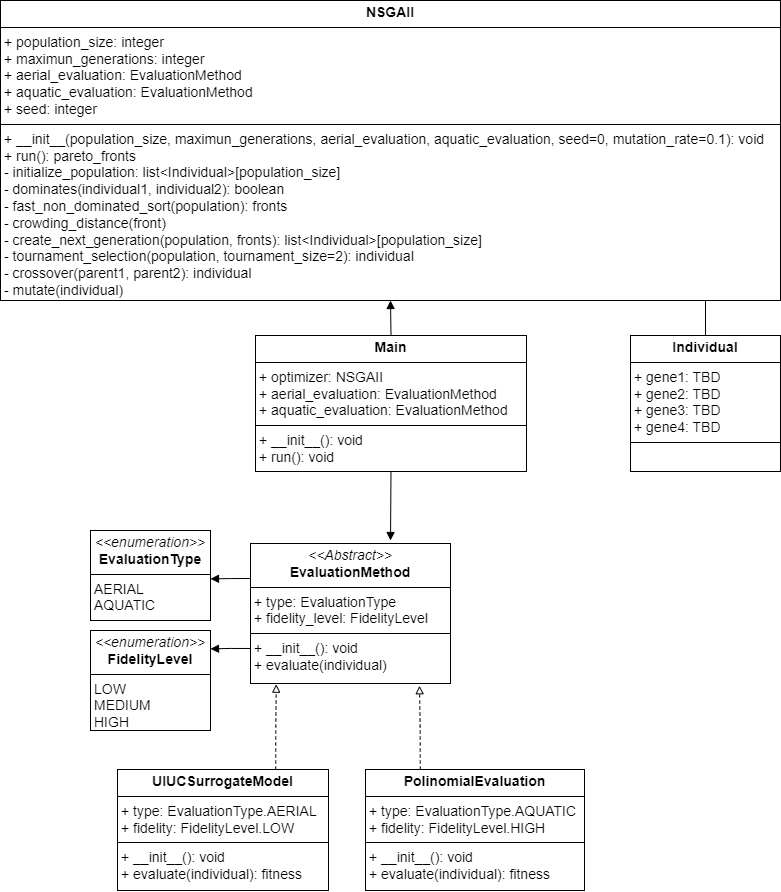
This is docs/diagrams/Class Diagram.png from JoeVogel/hydrone-multi-objective-optimization, a draw.io export, as it was before one commit. Source tidied: cells renumbered, new cells last; positions are measured from the earlier drawing's top-left corner, leaving out a move shared by most shapes.
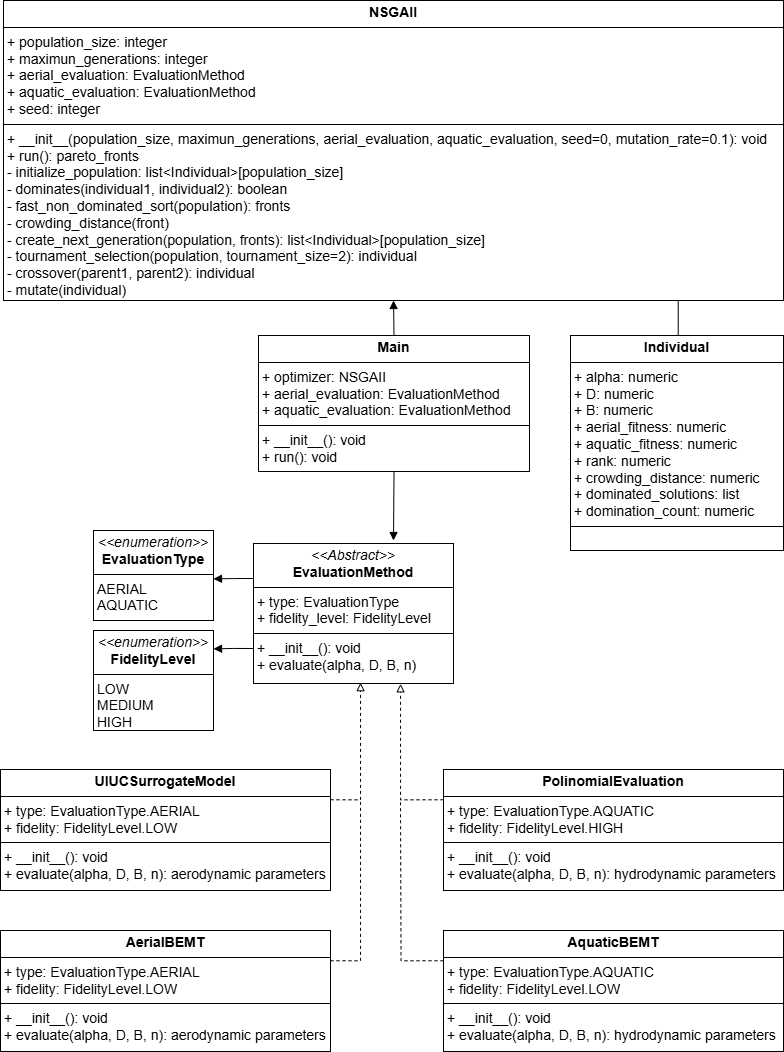
After the change.

Commit message:
Atualização do diagrama de classes

Diff of the diagram source:
```diff
@@ -12,7 +12,7 @@
         <mxPoint x="210" y="648.4" as="targetPoint" />
       </mxGeometry>
     </mxCell>
-    <mxCell id="4" value="&lt;p style=&quot;margin:0px;margin-top:4px;text-align:center;&quot;&gt;&lt;font style=&quot;font-size: 14px;&quot;&gt;&lt;i style=&quot;&quot;&gt;&amp;lt;&amp;lt;Abstract&amp;gt;&amp;gt;&lt;/i&gt;&lt;br&gt;&lt;b style=&quot;&quot;&gt;EvaluationMethod&lt;/b&gt;&lt;/font&gt;&lt;/p&gt;&lt;hr size=&quot;1&quot; style=&quot;border-style:solid;&quot;&gt;&lt;p style=&quot;margin:0px;margin-left:4px;&quot;&gt;&lt;font style=&quot;font-size: 14px;&quot;&gt;+ type: EvaluationType&lt;br&gt;+ fidelity_level: FidelityLevel&lt;/font&gt;&lt;/p&gt;&lt;hr size=&quot;1&quot; style=&quot;border-style:solid;&quot;&gt;&lt;p style=&quot;margin:0px;margin-left:4px;&quot;&gt;&lt;font style=&quot;font-size: 14px;&quot;&gt;+ __init__(): void&lt;br&gt;+ evaluate(individual)&lt;/font&gt;&lt;/p&gt;" style="verticalAlign=top;align=left;overflow=fill;html=1;whiteSpace=wrap;" parent="1" vertex="1">
+    <mxCell id="4" value="&lt;p style=&quot;margin:0px;margin-top:4px;text-align:center;&quot;&gt;&lt;font style=&quot;font-size: 14px;&quot;&gt;&lt;i style=&quot;&quot;&gt;&amp;lt;&amp;lt;Abstract&amp;gt;&amp;gt;&lt;/i&gt;&lt;br&gt;&lt;b style=&quot;&quot;&gt;EvaluationMethod&lt;/b&gt;&lt;/font&gt;&lt;/p&gt;&lt;hr size=&quot;1&quot; style=&quot;border-style:solid;&quot;&gt;&lt;p style=&quot;margin:0px;margin-left:4px;&quot;&gt;&lt;font style=&quot;font-size: 14px;&quot;&gt;+ type: EvaluationType&lt;br&gt;+ fidelity_level: FidelityLevel&lt;/font&gt;&lt;/p&gt;&lt;hr size=&quot;1&quot; style=&quot;border-style:solid;&quot;&gt;&lt;p style=&quot;margin:0px;margin-left:4px;&quot;&gt;&lt;font style=&quot;font-size: 14px;&quot;&gt;+ __init__(): void&lt;br&gt;+ evaluate(alpha, D, B, n)&lt;/font&gt;&lt;/p&gt;" style="verticalAlign=top;align=left;overflow=fill;html=1;whiteSpace=wrap;" parent="1" vertex="1">
       <mxGeometry x="250" y="543" width="200" height="140" as="geometry" />
     </mxCell>
     <mxCell id="5" value="&lt;p style=&quot;margin:0px;margin-top:4px;text-align:center;&quot;&gt;&lt;font style=&quot;font-size: 14px;&quot;&gt;&lt;i style=&quot;&quot;&gt;&amp;lt;&amp;lt;enumeration&amp;gt;&amp;gt;&lt;/i&gt;&lt;br&gt;&lt;span style=&quot;text-align: left;&quot;&gt;&lt;b&gt;EvaluationType&lt;/b&gt;&lt;/span&gt;&lt;br&gt;&lt;/font&gt;&lt;/p&gt;&lt;hr size=&quot;1&quot; style=&quot;border-style:solid;&quot;&gt;&lt;p style=&quot;margin:0px;margin-left:4px;&quot;&gt;&lt;font style=&quot;font-size: 14px;&quot;&gt;AERIAL&lt;br&gt;AQUATIC&lt;/font&gt;&lt;/p&gt;&lt;p style=&quot;margin:0px;margin-left:4px;&quot;&gt;&lt;br&gt;&lt;/p&gt;" style="verticalAlign=top;align=left;overflow=fill;html=1;whiteSpace=wrap;" parent="1" vertex="1">
@@ -21,17 +21,27 @@
     <mxCell id="6" value="&lt;p style=&quot;margin:0px;margin-top:4px;text-align:center;&quot;&gt;&lt;font style=&quot;font-size: 14px;&quot;&gt;&lt;i style=&quot;&quot;&gt;&amp;lt;&amp;lt;enumeration&amp;gt;&amp;gt;&lt;/i&gt;&lt;br&gt;&lt;span style=&quot;text-align: left;&quot;&gt;&lt;b&gt;FidelityLevel&lt;/b&gt;&lt;/span&gt;&lt;br&gt;&lt;/font&gt;&lt;/p&gt;&lt;hr size=&quot;1&quot; style=&quot;border-style:solid;&quot;&gt;&lt;p style=&quot;margin:0px;margin-left:4px;&quot;&gt;&lt;font style=&quot;font-size: 14px;&quot;&gt;LOW&lt;br&gt;MEDIUM&lt;/font&gt;&lt;/p&gt;&lt;p style=&quot;margin:0px;margin-left:4px;&quot;&gt;&lt;font style=&quot;font-size: 14px;&quot;&gt;HIGH&lt;/font&gt;&lt;/p&gt;&lt;p style=&quot;margin:0px;margin-left:4px;&quot;&gt;&lt;br&gt;&lt;/p&gt;" style="verticalAlign=top;align=left;overflow=fill;html=1;whiteSpace=wrap;" parent="1" vertex="1">
       <mxGeometry x="90" y="630" width="120" height="100" as="geometry" />
     </mxCell>
-    <mxCell id="7" value="&lt;p style=&quot;margin:0px;margin-top:4px;text-align:center;&quot;&gt;&lt;b&gt;&lt;font style=&quot;font-size: 14px;&quot;&gt;UIUCSurrogateModel&lt;/font&gt;&lt;/b&gt;&lt;/p&gt;&lt;hr size=&quot;1&quot; style=&quot;border-style:solid;&quot;&gt;&lt;p style=&quot;margin:0px;margin-left:4px;&quot;&gt;&lt;font style=&quot;font-size: 14px;&quot;&gt;+ type: EvaluationType.AERIAL&lt;/font&gt;&lt;/p&gt;&lt;p style=&quot;margin:0px;margin-left:4px;&quot;&gt;&lt;font style=&quot;font-size: 14px;&quot;&gt;+ fidelity: FidelityLevel.LOW&lt;/font&gt;&lt;/p&gt;&lt;hr size=&quot;1&quot; style=&quot;border-style:solid;&quot;&gt;&lt;p style=&quot;margin:0px;margin-left:4px;&quot;&gt;&lt;font style=&quot;font-size: 14px;&quot;&gt;+ __init__(): void&lt;/font&gt;&lt;/p&gt;&lt;p style=&quot;margin:0px;margin-left:4px;&quot;&gt;&lt;font style=&quot;font-size: 14px;&quot;&gt;+ evaluate(individual): fitness&lt;/font&gt;&lt;/p&gt;" style="verticalAlign=top;align=left;overflow=fill;html=1;whiteSpace=wrap;" parent="1" vertex="1">
-      <mxGeometry x="117" y="769" width="211" height="121" as="geometry" />
+    <mxCell id="7" value="&lt;p style=&quot;margin:0px;margin-top:4px;text-align:center;&quot;&gt;&lt;b&gt;&lt;font style=&quot;font-size: 14px;&quot;&gt;UIUCSurrogateModel&lt;/font&gt;&lt;/b&gt;&lt;/p&gt;&lt;hr size=&quot;1&quot; style=&quot;border-style:solid;&quot;&gt;&lt;p style=&quot;margin:0px;margin-left:4px;&quot;&gt;&lt;font style=&quot;font-size: 14px;&quot;&gt;+ type: EvaluationType.AERIAL&lt;/font&gt;&lt;/p&gt;&lt;p style=&quot;margin:0px;margin-left:4px;&quot;&gt;&lt;font style=&quot;font-size: 14px;&quot;&gt;+ fidelity: FidelityLevel.LOW&lt;/font&gt;&lt;/p&gt;&lt;hr size=&quot;1&quot; style=&quot;border-style:solid;&quot;&gt;&lt;p style=&quot;margin:0px;margin-left:4px;&quot;&gt;&lt;font style=&quot;font-size: 14px;&quot;&gt;+ __init__(): void&lt;/font&gt;&lt;/p&gt;&lt;p style=&quot;margin:0px;margin-left:4px;&quot;&gt;&lt;font style=&quot;font-size: 14px;&quot;&gt;+ evaluate(alpha, D, B, n): aerodynamic parameters&lt;/font&gt;&lt;/p&gt;" style="verticalAlign=top;align=left;overflow=fill;html=1;whiteSpace=wrap;" parent="1" vertex="1">
+      <mxGeometry x="-3" y="769" width="330" height="121" as="geometry" />
     </mxCell>
-    <mxCell id="8" value="&lt;p style=&quot;margin:0px;margin-top:4px;text-align:center;&quot;&gt;&lt;b&gt;&lt;font style=&quot;font-size: 14px;&quot;&gt;PolinomialEvaluation&lt;/font&gt;&lt;/b&gt;&lt;/p&gt;&lt;hr size=&quot;1&quot; style=&quot;border-style:solid;&quot;&gt;&lt;p style=&quot;margin:0px;margin-left:4px;&quot;&gt;&lt;font style=&quot;font-size: 14px;&quot;&gt;+ type: EvaluationType.AQUATIC&lt;/font&gt;&lt;/p&gt;&lt;p style=&quot;margin:0px;margin-left:4px;&quot;&gt;&lt;font style=&quot;font-size: 14px;&quot;&gt;+ fidelity: FidelityLevel.HIGH&lt;/font&gt;&lt;/p&gt;&lt;hr size=&quot;1&quot; style=&quot;border-style:solid;&quot;&gt;&lt;p style=&quot;margin:0px;margin-left:4px;&quot;&gt;&lt;font style=&quot;font-size: 14px;&quot;&gt;+ __init__(): void&lt;/font&gt;&lt;/p&gt;&lt;p style=&quot;margin:0px;margin-left:4px;&quot;&gt;&lt;font style=&quot;font-size: 14px;&quot;&gt;+ evaluate(individual): fitness&lt;/font&gt;&lt;/p&gt;" style="verticalAlign=top;align=left;overflow=fill;html=1;whiteSpace=wrap;" parent="1" vertex="1">
-      <mxGeometry x="365" y="769" width="219" height="121" as="geometry" />
+    <mxCell id="8" value="&lt;p style=&quot;margin:0px;margin-top:4px;text-align:center;&quot;&gt;&lt;b&gt;&lt;font style=&quot;font-size: 14px;&quot;&gt;PolinomialEvaluation&lt;/font&gt;&lt;/b&gt;&lt;/p&gt;&lt;hr size=&quot;1&quot; style=&quot;border-style:solid;&quot;&gt;&lt;p style=&quot;margin:0px;margin-left:4px;&quot;&gt;&lt;font style=&quot;font-size: 14px;&quot;&gt;+ type: EvaluationType.AQUATIC&lt;/font&gt;&lt;/p&gt;&lt;p style=&quot;margin:0px;margin-left:4px;&quot;&gt;&lt;font style=&quot;font-size: 14px;&quot;&gt;+ fidelity: FidelityLevel.HIGH&lt;/font&gt;&lt;/p&gt;&lt;hr size=&quot;1&quot; style=&quot;border-style:solid;&quot;&gt;&lt;p style=&quot;margin:0px;margin-left:4px;&quot;&gt;&lt;font style=&quot;font-size: 14px;&quot;&gt;+ __init__(): void&lt;/font&gt;&lt;/p&gt;&lt;p style=&quot;margin:0px;margin-left:4px;&quot;&gt;&lt;font style=&quot;font-size: 14px;&quot;&gt;+ evaluate(alpha, D, B, n): hydrodynamic parameters&lt;/font&gt;&lt;/p&gt;" style="verticalAlign=top;align=left;overflow=fill;html=1;whiteSpace=wrap;" parent="1" vertex="1">
+      <mxGeometry x="440" y="769" width="340" height="121" as="geometry" />
     </mxCell>
-    <mxCell id="9" style="edgeStyle=orthogonalEdgeStyle;rounded=0;jettySize=auto;html=1;exitX=0.75;exitY=0;exitDx=0;exitDy=0;entryX=0.129;entryY=1.005;entryDx=0;entryDy=0;entryPerimeter=0;dashed=1;endArrow=block;endFill=0;" parent="1" edge="1" source="7" target="4">
-      <mxGeometry relative="1" as="geometry" />
+    <mxCell id="9" style="edgeStyle=orthogonalEdgeStyle;rounded=0;jettySize=auto;html=1;entryX=0.532;entryY=0.994;entryDx=0;entryDy=0;dashed=1;endArrow=block;endFill=0;exitX=1;exitY=0.25;exitDx=0;exitDy=0;entryPerimeter=0;" parent="1" edge="1" source="7" target="4">
+      <mxGeometry relative="1" as="geometry">
+        <Array as="points">
+          <mxPoint x="357" y="799" />
+          <mxPoint x="357" y="682" />
+        </Array>
+      </mxGeometry>
     </mxCell>
-    <mxCell id="10" style="edgeStyle=orthogonalEdgeStyle;rounded=0;jettySize=auto;html=1;exitX=0.25;exitY=0;exitDx=0;exitDy=0;entryX=0.845;entryY=1.016;entryDx=0;entryDy=0;entryPerimeter=0;dashed=1;endArrow=block;endFill=0;" parent="1" edge="1" source="8" target="4">
-      <mxGeometry relative="1" as="geometry" />
+    <mxCell id="10" style="edgeStyle=orthogonalEdgeStyle;rounded=0;jettySize=auto;html=1;exitX=0;exitY=0.25;exitDx=0;exitDy=0;entryX=0.739;entryY=1.003;entryDx=0;entryDy=0;dashed=1;endArrow=block;endFill=0;entryPerimeter=0;" parent="1" edge="1" source="8" target="4">
+      <mxGeometry relative="1" as="geometry">
+        <Array as="points">
+          <mxPoint x="397" y="799" />
+          <mxPoint x="397" y="683" />
+        </Array>
+      </mxGeometry>
     </mxCell>
     <mxCell id="11" style="edgeStyle=orthogonalEdgeStyle;rounded=0;jettySize=auto;html=1;exitX=0.5;exitY=0;exitDx=0;exitDy=0;entryX=0.5;entryY=1;entryDx=0;entryDy=0;endArrow=block;endFill=1;" parent="1" edge="1" source="12" target="13">
       <mxGeometry relative="1" as="geometry" />
@@ -42,18 +52,36 @@
     <mxCell id="13" value="&lt;p style=&quot;margin:0px;margin-top:4px;text-align:center;&quot;&gt;&lt;b&gt;&lt;font style=&quot;font-size: 14px;&quot;&gt;NSGAII&lt;/font&gt;&lt;/b&gt;&lt;/p&gt;&lt;hr size=&quot;1&quot; style=&quot;border-style:solid;&quot;&gt;&lt;p style=&quot;margin:0px;margin-left:4px;&quot;&gt;&lt;font style=&quot;font-size: 14px;&quot;&gt;+ population_size: integer&lt;/font&gt;&lt;/p&gt;&lt;p style=&quot;margin:0px;margin-left:4px;&quot;&gt;&lt;font style=&quot;font-size: 14px;&quot;&gt;+&amp;nbsp;&lt;span style=&quot;background-color: transparent; color: light-dark(rgb(0, 0, 0), rgb(255, 255, 255));&quot;&gt;maximun_generations: integer&lt;/span&gt;&lt;/font&gt;&lt;/p&gt;&lt;p style=&quot;margin:0px;margin-left:4px;&quot;&gt;&lt;font style=&quot;font-size: 14px;&quot;&gt;+ aerial_evaluation: EvaluationMethod&lt;/font&gt;&lt;/p&gt;&lt;p style=&quot;margin:0px;margin-left:4px;&quot;&gt;&lt;font style=&quot;font-size: 14px;&quot;&gt;+ aquatic_evaluation: EvaluationMethod&lt;/font&gt;&lt;/p&gt;&lt;p style=&quot;margin:0px;margin-left:4px;&quot;&gt;&lt;font style=&quot;font-size: 14px;&quot;&gt;+ seed: integer&lt;/font&gt;&lt;/p&gt;&lt;hr size=&quot;1&quot; style=&quot;border-style:solid;&quot;&gt;&lt;p style=&quot;margin:0px;margin-left:4px;&quot;&gt;&lt;font style=&quot;font-size: 14px;&quot;&gt;+ __init__(population_size,&amp;nbsp;&lt;span style=&quot;background-color: transparent; color: light-dark(rgb(0, 0, 0), rgb(255, 255, 255));&quot;&gt;maximun_generations,&amp;nbsp;&lt;/span&gt;&lt;span style=&quot;background-color: transparent; color: light-dark(rgb(0, 0, 0), rgb(255, 255, 255));&quot;&gt;aerial_evaluation,&amp;nbsp;&lt;/span&gt;&lt;span style=&quot;background-color: transparent; color: light-dark(rgb(0, 0, 0), rgb(255, 255, 255));&quot;&gt;aquatic_evaluation, seed=0,&amp;nbsp;&lt;/span&gt;&lt;/font&gt;&lt;span style=&quot;background-color: transparent; font-size: 14px;&quot;&gt;mutation_rate=0.1&lt;/span&gt;&lt;span style=&quot;background-color: transparent; color: light-dark(rgb(0, 0, 0), rgb(255, 255, 255)); font-size: 14px;&quot;&gt;): void&lt;/span&gt;&lt;/p&gt;&lt;p style=&quot;margin:0px;margin-left:4px;&quot;&gt;&lt;font style=&quot;font-size: 14px;&quot;&gt;+ run(): pareto_fronts&lt;/font&gt;&lt;/p&gt;&lt;p style=&quot;margin:0px;margin-left:4px;&quot;&gt;&lt;font style=&quot;font-size: 14px;&quot;&gt;-&amp;nbsp;initialize_population: list&amp;lt;Individual&amp;gt;[population_size]&lt;/font&gt;&lt;/p&gt;&lt;p style=&quot;margin:0px;margin-left:4px;&quot;&gt;&lt;font style=&quot;font-size: 14px;&quot;&gt;-&amp;nbsp;dominates(individual1, individual2): boolean&lt;/font&gt;&lt;/p&gt;&lt;p style=&quot;margin:0px;margin-left:4px;&quot;&gt;&lt;font style=&quot;font-size: 14px;&quot;&gt;- fast_non_dominated_sort(population): fronts&lt;/font&gt;&lt;/p&gt;&lt;p style=&quot;margin:0px;margin-left:4px;&quot;&gt;&lt;font style=&quot;font-size: 14px;&quot;&gt;-&amp;nbsp;crowding_distance(front)&lt;/font&gt;&lt;/p&gt;&lt;p style=&quot;margin:0px;margin-left:4px;&quot;&gt;&lt;font style=&quot;font-size: 14px;&quot;&gt;- create_next_generation(population, fronts): list&amp;lt;Individual&amp;gt;[population_size]&lt;/font&gt;&lt;/p&gt;&lt;p style=&quot;margin:0px;margin-left:4px;&quot;&gt;&lt;font style=&quot;font-size: 14px;&quot;&gt;-&amp;nbsp;tournament_selection(population, tournament_size=2): individual&lt;/font&gt;&lt;/p&gt;&lt;p style=&quot;margin:0px;margin-left:4px;&quot;&gt;&lt;font style=&quot;font-size: 14px;&quot;&gt;-&amp;nbsp;crossover(parent1, parent2): individual&lt;/font&gt;&lt;/p&gt;&lt;p style=&quot;margin:0px;margin-left:4px;&quot;&gt;&lt;font style=&quot;font-size: 14px;&quot;&gt;-&amp;nbsp;mutate(individual)&lt;/font&gt;&lt;/p&gt;" style="verticalAlign=top;align=left;overflow=fill;html=1;whiteSpace=wrap;" parent="1" vertex="1">
       <mxGeometry width="780" height="300" as="geometry" />
     </mxCell>
-    <mxCell id="14" value="&lt;p style=&quot;margin:0px;margin-top:4px;text-align:center;&quot;&gt;&lt;b&gt;&lt;font style=&quot;font-size: 14px;&quot;&gt;Individual&lt;/font&gt;&lt;/b&gt;&lt;/p&gt;&lt;hr size=&quot;1&quot; style=&quot;border-style:solid;&quot;&gt;&lt;p style=&quot;margin:0px;margin-left:4px;&quot;&gt;&lt;font style=&quot;font-size: 14px;&quot;&gt;+ gene1: TBD&lt;/font&gt;&lt;/p&gt;&lt;p style=&quot;margin:0px;margin-left:4px;&quot;&gt;&lt;font style=&quot;font-size: 14px;&quot;&gt;+ gene2: TBD&lt;/font&gt;&lt;/p&gt;&lt;p style=&quot;margin:0px;margin-left:4px;&quot;&gt;&lt;font style=&quot;font-size: 14px;&quot;&gt;+ gene3: TBD&lt;/font&gt;&lt;/p&gt;&lt;p style=&quot;margin:0px;margin-left:4px;&quot;&gt;&lt;font style=&quot;font-size: 14px;&quot;&gt;+ gene4: TBD&lt;/font&gt;&lt;/p&gt;&lt;hr size=&quot;1&quot; style=&quot;border-style:solid;&quot;&gt;&lt;p style=&quot;margin:0px;margin-left:4px;&quot;&gt;&lt;br&gt;&lt;/p&gt;" style="verticalAlign=top;align=left;overflow=fill;html=1;whiteSpace=wrap;" parent="1" vertex="1">
-      <mxGeometry x="630" y="335" width="150" height="136" as="geometry" />
+    <mxCell id="14" value="&lt;p style=&quot;margin:0px;margin-top:4px;text-align:center;&quot;&gt;&lt;b&gt;&lt;font style=&quot;font-size: 14px;&quot;&gt;Individual&lt;/font&gt;&lt;/b&gt;&lt;/p&gt;&lt;hr size=&quot;1&quot; style=&quot;border-style:solid;&quot;&gt;&lt;p style=&quot;margin:0px;margin-left:4px;&quot;&gt;&lt;font style=&quot;font-size: 14px;&quot;&gt;+ alpha: numeric&lt;/font&gt;&lt;/p&gt;&lt;p style=&quot;margin:0px;margin-left:4px;&quot;&gt;&lt;font style=&quot;font-size: 14px;&quot;&gt;+ D: numeric&lt;/font&gt;&lt;/p&gt;&lt;p style=&quot;margin:0px;margin-left:4px;&quot;&gt;&lt;font style=&quot;font-size: 14px;&quot;&gt;+ B: numeric&lt;/font&gt;&lt;/p&gt;&lt;p style=&quot;margin:0px;margin-left:4px;&quot;&gt;&lt;font style=&quot;font-size: 14px;&quot;&gt;+ aerial_fitness: numeric&lt;/font&gt;&lt;/p&gt;&lt;p style=&quot;margin:0px;margin-left:4px;&quot;&gt;&lt;font style=&quot;font-size: 14px;&quot;&gt;+&amp;nbsp;aquatic_fitness: numeric&lt;/font&gt;&lt;/p&gt;&lt;p style=&quot;margin:0px;margin-left:4px;&quot;&gt;&lt;font style=&quot;font-size: 14px;&quot;&gt;+ rank: numeric&lt;/font&gt;&lt;/p&gt;&lt;p style=&quot;margin:0px;margin-left:4px;&quot;&gt;&lt;font style=&quot;font-size: 14px;&quot;&gt;+&amp;nbsp;crowding_distance: numeric&lt;/font&gt;&lt;/p&gt;&lt;p style=&quot;margin:0px;margin-left:4px;&quot;&gt;&lt;font style=&quot;font-size: 14px;&quot;&gt;+&amp;nbsp;dominated_solutions: list&lt;/font&gt;&lt;/p&gt;&lt;p style=&quot;margin:0px;margin-left:4px;&quot;&gt;&lt;font style=&quot;font-size: 14px;&quot;&gt;+&amp;nbsp;domination_count: numeric&lt;/font&gt;&lt;/p&gt;&lt;hr size=&quot;1&quot; style=&quot;border-style:solid;&quot;&gt;&lt;p style=&quot;margin:0px;margin-left:4px;&quot;&gt;&lt;br&gt;&lt;/p&gt;" style="verticalAlign=top;align=left;overflow=fill;html=1;whiteSpace=wrap;" parent="1" vertex="1">
+      <mxGeometry x="567" y="335" width="213" height="215" as="geometry" />
     </mxCell>
-    <mxCell id="15" style="edgeStyle=orthogonalEdgeStyle;rounded=0;jettySize=auto;html=1;exitX=0.5;exitY=0;exitDx=0;exitDy=0;endArrow=none;startFill=0;" parent="1" edge="1" source="14">
-      <mxGeometry relative="1" as="geometry">
-        <mxPoint x="705" y="300" as="targetPoint" />
-      </mxGeometry>
+    <mxCell id="15" style="edgeStyle=orthogonalEdgeStyle;rounded=0;jettySize=auto;html=1;exitX=0.5;exitY=0;exitDx=0;exitDy=0;endArrow=none;startFill=0;entryX=0.865;entryY=0.999;entryDx=0;entryDy=0;entryPerimeter=0;" parent="1" edge="1" source="14" target="13">
+      <mxGeometry relative="1" as="geometry" />
     </mxCell>
     <mxCell id="16" style="edgeStyle=orthogonalEdgeStyle;rounded=0;jettySize=auto;html=1;exitX=0.5;exitY=1;exitDx=0;exitDy=0;endArrow=block;endFill=1;" parent="1" edge="1" source="12">
       <mxGeometry relative="1" as="geometry">
         <mxPoint x="390" y="540" as="targetPoint" />
       </mxGeometry>
     </mxCell>
+    <mxCell id="17" style="edgeStyle=orthogonalEdgeStyle;rounded=0;jettySize=auto;html=1;exitX=1;exitY=0.25;exitDx=0;exitDy=0;endArrow=none;startFill=0;dashed=1;" parent="1" edge="1" source="18">
+      <mxGeometry relative="1" as="geometry">
+        <mxPoint x="357" y="800" as="targetPoint" />
+        <Array as="points">
+          <mxPoint x="357" y="960" />
+          <mxPoint x="357" y="800" />
+        </Array>
+      </mxGeometry>
+    </mxCell>
+    <mxCell id="18" value="&lt;p style=&quot;margin:0px;margin-top:4px;text-align:center;&quot;&gt;&lt;b&gt;&lt;font style=&quot;font-size: 14px;&quot;&gt;AerialBEMT&lt;/font&gt;&lt;/b&gt;&lt;/p&gt;&lt;hr size=&quot;1&quot; style=&quot;border-style:solid;&quot;&gt;&lt;p style=&quot;margin:0px;margin-left:4px;&quot;&gt;&lt;font style=&quot;font-size: 14px;&quot;&gt;+ type: EvaluationType.AERIAL&lt;/font&gt;&lt;/p&gt;&lt;p style=&quot;margin:0px;margin-left:4px;&quot;&gt;&lt;font style=&quot;font-size: 14px;&quot;&gt;+ fidelity: FidelityLevel.LOW&lt;/font&gt;&lt;/p&gt;&lt;hr size=&quot;1&quot; style=&quot;border-style:solid;&quot;&gt;&lt;p style=&quot;margin:0px;margin-left:4px;&quot;&gt;&lt;font style=&quot;font-size: 14px;&quot;&gt;+ __init__(): void&lt;/font&gt;&lt;/p&gt;&lt;p style=&quot;margin:0px;margin-left:4px;&quot;&gt;&lt;font style=&quot;font-size: 14px;&quot;&gt;+ evaluate(alpha, D, B, n): aerodynamic parameters&lt;/font&gt;&lt;/p&gt;" style="verticalAlign=top;align=left;overflow=fill;html=1;whiteSpace=wrap;" parent="1" vertex="1">
+      <mxGeometry x="-3" y="930" width="330" height="121" as="geometry" />
+    </mxCell>
+    <mxCell id="19" style="edgeStyle=orthogonalEdgeStyle;rounded=0;jettySize=auto;html=1;exitX=0;exitY=0.25;exitDx=0;exitDy=0;endArrow=none;startFill=0;dashed=1;" parent="1" edge="1" source="20">
+      <mxGeometry relative="1" as="geometry">
+        <mxPoint x="397" y="800" as="targetPoint" />
+      </mxGeometry>
+    </mxCell>
+    <mxCell id="20" value="&lt;p style=&quot;margin:0px;margin-top:4px;text-align:center;&quot;&gt;&lt;b&gt;&lt;font style=&quot;font-size: 14px;&quot;&gt;AquaticBEMT&lt;/font&gt;&lt;/b&gt;&lt;/p&gt;&lt;hr size=&quot;1&quot; style=&quot;border-style:solid;&quot;&gt;&lt;p style=&quot;margin:0px;margin-left:4px;&quot;&gt;&lt;font style=&quot;font-size: 14px;&quot;&gt;+ type: EvaluationType.AQUATIC&lt;/font&gt;&lt;/p&gt;&lt;p style=&quot;margin:0px;margin-left:4px;&quot;&gt;&lt;font style=&quot;font-size: 14px;&quot;&gt;+ fidelity: FidelityLevel.LOW&lt;/font&gt;&lt;/p&gt;&lt;hr size=&quot;1&quot; style=&quot;border-style:solid;&quot;&gt;&lt;p style=&quot;margin:0px;margin-left:4px;&quot;&gt;&lt;font style=&quot;font-size: 14px;&quot;&gt;+ __init__(): void&lt;/font&gt;&lt;/p&gt;&lt;p style=&quot;margin:0px;margin-left:4px;&quot;&gt;&lt;font style=&quot;font-size: 14px;&quot;&gt;+ evaluate(alpha, D, B, n): hydrodynamic parameters&lt;/font&gt;&lt;/p&gt;" style="verticalAlign=top;align=left;overflow=fill;html=1;whiteSpace=wrap;" parent="1" vertex="1">
+      <mxGeometry x="440" y="930" width="340" height="121" as="geometry" />
+    </mxCell>
   </root>
 </mxGraphModel>
```
